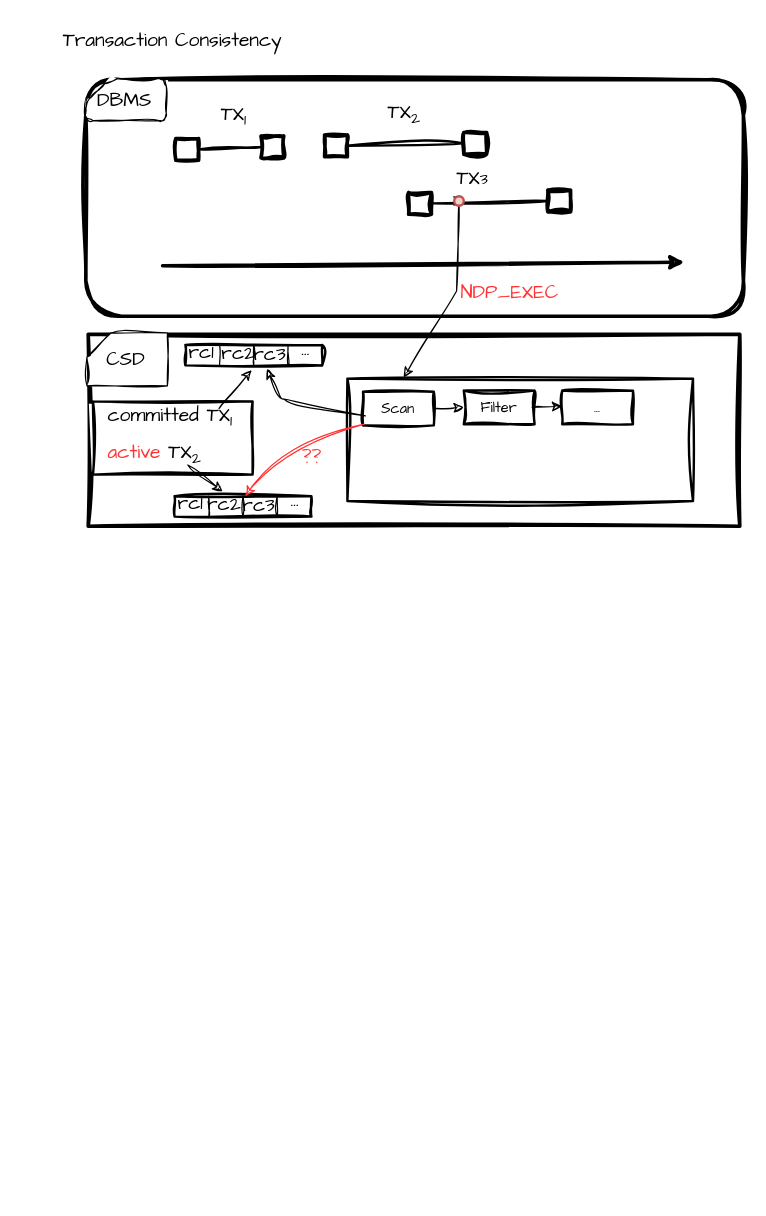
Before: ppt.drawio in juruo-c/DrawIo, a draw.io diagram. Source tidied: cells renumbered, new cells numbered last; positions are measured from the earlier drawing's top-left corner, leaving out a move shared by most shapes. Both pictures are drawn from the tidied source at 120%, with x=0, y=0 at pixel (52, 20).
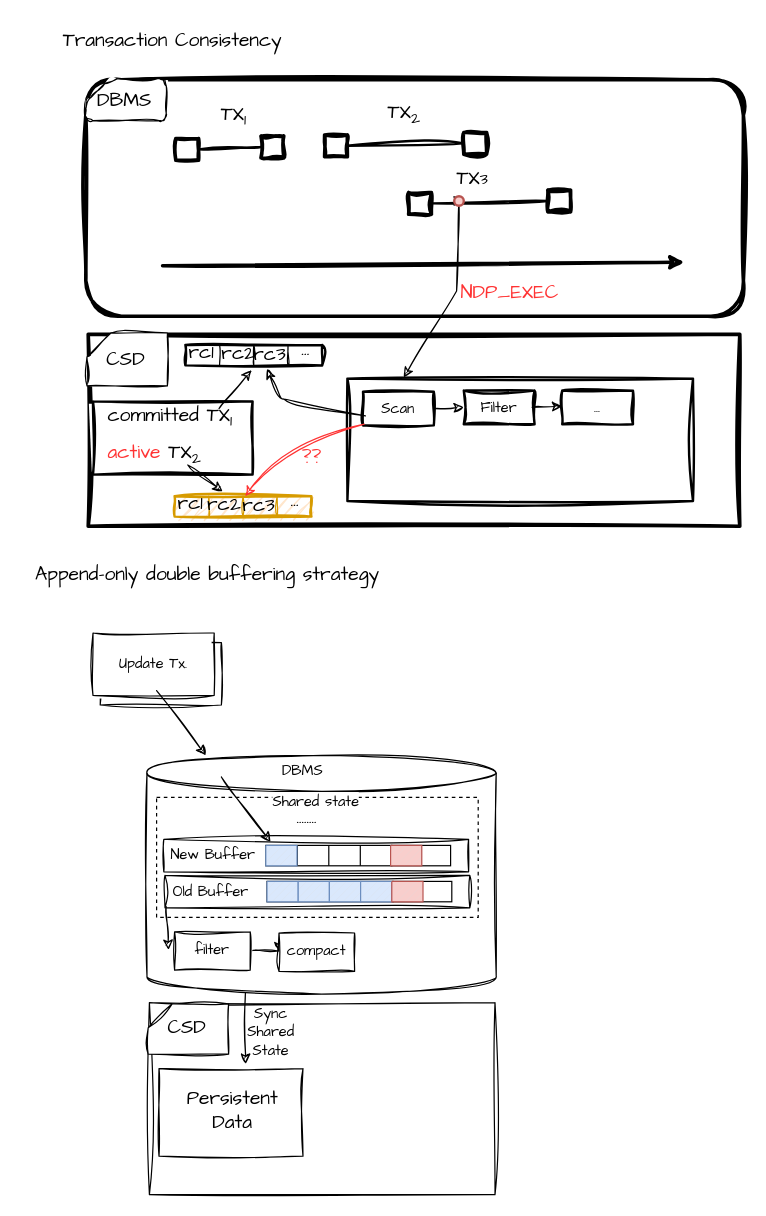
After the change.

Commit message:
23.11.21 buffer strategy

What changed in the source:
```diff
@@
-    <mxCell id="30" style="rounded=0;whiteSpace=wrap;html=1;sketch=1;curveFitting=1;jiggle=2;strokeWidth=2;" parent="1" vertex="1">
+    <mxCell id="30" style="rounded=0;whiteSpace=wrap;html=1;sketch=1;curveFitting=1;jiggle=2;strokeWidth=2;fillColor=#ffe6cc;strokeColor=#d79b00;" parent="1" vertex="1">
       <mxGeometry x="102" y="396" width="114" height="17" as="geometry" />
     </mxCell>
-    <mxCell id="31" style="endArrow=none;html=1;rounded=0;entryX=0.25;entryY=0;entryDx=0;entryDy=0;exitX=0.25;exitY=1;exitDx=0;exitDy=0;sketch=1;curveFitting=1;jiggle=2;" parent="1" edge="1" source="30" target="30">
+    <mxCell id="31" style="endArrow=none;html=1;rounded=0;entryX=0.25;entryY=0;entryDx=0;entryDy=0;exitX=0.25;exitY=1;exitDx=0;exitDy=0;sketch=1;curveFitting=1;jiggle=2;fillColor=#ffe6cc;strokeColor=#d79b00;" parent="1" edge="1" source="30" target="30">
       <mxGeometry relative="1" as="geometry" />
     </mxCell>
-    <mxCell id="32" style="endArrow=none;html=1;rounded=0;entryX=0.5;entryY=0;entryDx=0;entryDy=0;exitX=0.5;exitY=1;exitDx=0;exitDy=0;sketch=1;curveFitting=1;jiggle=2;" parent="1" edge="1" source="30" target="30">
+    <mxCell id="32" style="endArrow=none;html=1;rounded=0;entryX=0.5;entryY=0;entryDx=0;entryDy=0;exitX=0.5;exitY=1;exitDx=0;exitDy=0;sketch=1;curveFitting=1;jiggle=2;fillColor=#ffe6cc;strokeColor=#d79b00;" parent="1" edge="1" source="30" target="30">
       <mxGeometry relative="1" as="geometry" />
     </mxCell>
-    <mxCell id="33" style="endArrow=none;html=1;rounded=0;entryX=0.75;entryY=0;entryDx=0;entryDy=0;exitX=0.75;exitY=1;exitDx=0;exitDy=0;sketch=1;curveFitting=1;jiggle=2;shadow=0;" parent="1" edge="1" source="30" target="30">
+    <mxCell id="33" style="endArrow=none;html=1;rounded=0;entryX=0.75;entryY=0;entryDx=0;entryDy=0;exitX=0.75;exitY=1;exitDx=0;exitDy=0;sketch=1;curveFitting=1;jiggle=2;shadow=0;fillColor=#ffe6cc;strokeColor=#d79b00;" parent="1" edge="1" source="30" target="30">
       <mxGeometry relative="1" as="geometry" />
     </mxCell>
@@
+    <mxCell id="56" value="&lt;div style=&quot;&quot;&gt;&lt;font style=&quot;font-size: 16px;&quot; color=&quot;#000000&quot;&gt;Append-only double buffering strategy&lt;/font&gt;&lt;/div&gt;" style="text;html=1;align=center;verticalAlign=middle;strokeColor=none;fillColor=none;fontFamily=Comic Sans MS;fontColor=#FF3333;" parent="1" vertex="1">
+      <mxGeometry x="-26" y="445" width="309" height="31" as="geometry" />
+    </mxCell>
+    <mxCell id="57" style="rounded=0;whiteSpace=wrap;html=1;sketch=1;curveFitting=1;jiggle=2;" parent="1" vertex="1">
+      <mxGeometry x="40" y="518" width="101" height="52" as="geometry" />
+    </mxCell>
+    <mxCell id="58" value="&lt;font face=&quot;Comic Sans MS&quot;&gt;Update Tx.&lt;/font&gt;" style="rounded=0;whiteSpace=wrap;html=1;sketch=1;curveFitting=1;jiggle=2;" parent="1" vertex="1">
+      <mxGeometry x="34" y="510" width="101" height="52" as="geometry" />
+    </mxCell>
+    <mxCell id="59" style="endArrow=classic;html=1;rounded=0;sketch=1;curveFitting=1;jiggle=2;" parent="1" edge="1">
+      <mxGeometry relative="1" as="geometry">
+        <mxPoint x="87" y="558" as="sourcePoint" />
+        <mxPoint x="128" y="612" as="targetPoint" />
+      </mxGeometry>
+    </mxCell>
+    <mxCell id="60" style="shape=cylinder3;whiteSpace=wrap;html=1;boundedLbl=1;backgroundOutline=1;size=15;sketch=1;curveFitting=1;jiggle=2;strokeWidth=1;" parent="1" vertex="1">
+      <mxGeometry x="79" y="612" width="291" height="199" as="geometry" />
+    </mxCell>
+    <mxCell id="61" value="&lt;span style=&quot;color: rgb(0, 0, 0); font-family: &amp;quot;Comic Sans MS&amp;quot;; font-size: 12px; font-style: normal; font-variant-ligatures: normal; font-variant-caps: normal; font-weight: 400; letter-spacing: normal; orphans: 2; text-align: center; text-indent: 0px; text-transform: none; widows: 2; word-spacing: 0px; -webkit-text-stroke-width: 0px; background-color: rgb(255, 255, 255); text-decoration-thickness: initial; text-decoration-style: initial; text-decoration-color: initial; float: none; display: inline !important;&quot;&gt;DBMS&lt;/span&gt;" style="text;whiteSpace=wrap;html=1;strokeWidth=1;" parent="1" vertex="1">
+      <mxGeometry x="190" y="611" width="41" height="37" as="geometry" />
+    </mxCell>
+    <mxCell id="62" style="rounded=0;whiteSpace=wrap;html=1;dashed=1;strokeWidth=1;" parent="1" vertex="1">
+      <mxGeometry x="87" y="647" width="268" height="100" as="geometry" />
+    </mxCell>
+    <mxCell id="63" style="rounded=0;whiteSpace=wrap;html=1;sketch=1;curveFitting=1;jiggle=2;strokeWidth=1;" parent="1" vertex="1">
+      <mxGeometry x="94" y="712" width="254" height="27" as="geometry" />
+    </mxCell>
+    <mxCell id="64" value="&lt;span style=&quot;color: rgb(0, 0, 0); font-family: &amp;quot;Comic Sans MS&amp;quot;; font-size: 12px; font-style: normal; font-variant-ligatures: normal; font-variant-caps: normal; font-weight: 400; letter-spacing: normal; orphans: 2; text-align: center; text-indent: 0px; text-transform: none; widows: 2; word-spacing: 0px; -webkit-text-stroke-width: 0px; background-color: rgb(255, 255, 255); text-decoration-thickness: initial; text-decoration-style: initial; text-decoration-color: initial; float: none; display: inline !important;&quot;&gt;Shared state&lt;/span&gt;" style="text;whiteSpace=wrap;html=1;strokeWidth=1;" parent="1" vertex="1">
+      <mxGeometry x="182" y="637" width="80" height="13" as="geometry" />
+    </mxCell>
+    <mxCell id="65" value="&lt;span style=&quot;color: rgb(0, 0, 0); font-family: &amp;quot;Comic Sans MS&amp;quot;; font-style: normal; font-variant-ligatures: normal; font-variant-caps: normal; font-weight: 400; letter-spacing: normal; orphans: 2; text-align: center; text-indent: 0px; text-transform: none; widows: 2; word-spacing: 0px; -webkit-text-stroke-width: 0px; background-color: rgb(255, 255, 255); text-decoration-thickness: initial; text-decoration-style: initial; text-decoration-color: initial; float: none; display: inline !important;&quot;&gt;&lt;font style=&quot;font-size: 15px;&quot;&gt;........&lt;/font&gt;&lt;/span&gt;" style="text;whiteSpace=wrap;html=1;strokeWidth=1;" parent="1" vertex="1">
+      <mxGeometry x="202" y="649" width="30" height="29" as="geometry" />
+    </mxCell>
+    <mxCell id="66" style="rounded=0;whiteSpace=wrap;html=1;sketch=1;curveFitting=1;jiggle=2;strokeWidth=1;" parent="1" vertex="1">
+      <mxGeometry x="93" y="682" width="254" height="27" as="geometry" />
+    </mxCell>
+    <mxCell id="67" value="&lt;span style=&quot;color: rgb(0, 0, 0); font-family: &amp;quot;Comic Sans MS&amp;quot;; font-size: 12px; font-style: normal; font-variant-ligatures: normal; font-variant-caps: normal; font-weight: 400; letter-spacing: normal; orphans: 2; text-align: center; text-indent: 0px; text-transform: none; widows: 2; word-spacing: 0px; -webkit-text-stroke-width: 0px; background-color: rgb(255, 255, 255); text-decoration-thickness: initial; text-decoration-style: initial; text-decoration-color: initial; float: none; display: inline !important;&quot;&gt;Old Buffer&lt;/span&gt;" style="text;whiteSpace=wrap;html=1;strokeWidth=1;" parent="1" vertex="1">
+      <mxGeometry x="99" y="712" width="68" height="25" as="geometry" />
+    </mxCell>
+    <mxCell id="68" style="rounded=0;whiteSpace=wrap;html=1;strokeWidth=1;" parent="1" vertex="1">
+      <mxGeometry x="179" y="717" width="105" height="17" as="geometry" />
+    </mxCell>
+    <mxCell id="69" style="endArrow=none;html=1;rounded=0;entryX=0.25;entryY=0;entryDx=0;entryDy=0;exitX=0.25;exitY=1;exitDx=0;exitDy=0;" parent="1" edge="1" source="68" target="68">
+      <mxGeometry relative="1" as="geometry" />
+    </mxCell>
+    <mxCell id="70" style="endArrow=none;html=1;rounded=0;entryX=0.5;entryY=0;entryDx=0;entryDy=0;exitX=0.5;exitY=1;exitDx=0;exitDy=0;" parent="1" edge="1" source="68" target="68">
+      <mxGeometry relative="1" as="geometry" />
+    </mxCell>
+    <mxCell id="71" style="endArrow=none;html=1;rounded=0;entryX=0.75;entryY=0;entryDx=0;entryDy=0;exitX=0.75;exitY=1;exitDx=0;exitDy=0;" parent="1" edge="1" source="68" target="68">
+      <mxGeometry relative="1" as="geometry" />
+    </mxCell>
+    <mxCell id="72" style="rounded=0;whiteSpace=wrap;html=1;strokeWidth=1;" parent="1" vertex="1">
+      <mxGeometry x="284" y="717" width="49" height="17" as="geometry" />
+    </mxCell>
+    <mxCell id="73" style="endArrow=none;html=1;rounded=0;entryX=0.5;entryY=0;entryDx=0;entryDy=0;exitX=0.5;exitY=1;exitDx=0;exitDy=0;" parent="1" edge="1" source="72" target="72">
+      <mxGeometry relative="1" as="geometry" />
+    </mxCell>
+    <mxCell id="74" style="verticalLabelPosition=bottom;verticalAlign=top;html=1;shape=mxgraph.basic.patternFillRect;fillStyle=diag;step=5;fillStrokeWidth=0.2;fillStrokeColor=#dddddd;fillColor=#dae8fc;strokeColor=#6c8ebf;" parent="1" vertex="1">
+      <mxGeometry x="179" y="717" width="26" height="17" as="geometry" />
+    </mxCell>
+    <mxCell id="75" style="verticalLabelPosition=bottom;verticalAlign=top;html=1;shape=mxgraph.basic.patternFillRect;fillStyle=diag;step=5;fillStrokeWidth=0.2;fillStrokeColor=#dddddd;fillColor=#dae8fc;strokeColor=#6c8ebf;" parent="1" vertex="1">
+      <mxGeometry x="205" y="717" width="26" height="17" as="geometry" />
+    </mxCell>
+    <mxCell id="76" style="verticalLabelPosition=bottom;verticalAlign=top;html=1;shape=mxgraph.basic.patternFillRect;fillStyle=diag;step=5;fillStrokeWidth=0.2;fillStrokeColor=#dddddd;fillColor=#dae8fc;strokeColor=#6c8ebf;" parent="1" vertex="1">
+      <mxGeometry x="231" y="717" width="26" height="17" as="geometry" />
+    </mxCell>
+    <mxCell id="77" style="verticalLabelPosition=bottom;verticalAlign=top;html=1;shape=mxgraph.basic.patternFillRect;fillStyle=diag;step=5;fillStrokeWidth=0.2;fillStrokeColor=#dddddd;fillColor=#dae8fc;strokeColor=#6c8ebf;" parent="1" vertex="1">
+      <mxGeometry x="257" y="717" width="26" height="17" as="geometry" />
+    </mxCell>
+    <mxCell id="78" style="verticalLabelPosition=bottom;verticalAlign=top;html=1;shape=mxgraph.basic.patternFillRect;fillStyle=diag;step=5;fillStrokeWidth=0.2;fillStrokeColor=#dddddd;fillColor=#f8cecc;strokeColor=#b85450;" parent="1" vertex="1">
+      <mxGeometry x="283" y="717" width="26" height="17" as="geometry" />
+    </mxCell>
+    <mxCell id="79" value="&lt;span style=&quot;color: rgb(0, 0, 0); font-family: &amp;quot;Comic Sans MS&amp;quot;; font-size: 12px; font-style: normal; font-variant-ligatures: normal; font-variant-caps: normal; font-weight: 400; letter-spacing: normal; orphans: 2; text-align: center; text-indent: 0px; text-transform: none; widows: 2; word-spacing: 0px; -webkit-text-stroke-width: 0px; background-color: rgb(255, 255, 255); text-decoration-thickness: initial; text-decoration-style: initial; text-decoration-color: initial; float: none; display: inline !important;&quot;&gt;New Buffer&lt;/span&gt;" style="text;whiteSpace=wrap;html=1;strokeWidth=1;" parent="1" vertex="1">
+      <mxGeometry x="97" y="681" width="73" height="25" as="geometry" />
+    </mxCell>
+    <mxCell id="80" style="rounded=0;whiteSpace=wrap;html=1;strokeWidth=1;" parent="1" vertex="1">
+      <mxGeometry x="178" y="687" width="105" height="17" as="geometry" />
+    </mxCell>
+    <mxCell id="81" style="endArrow=none;html=1;rounded=0;entryX=0.25;entryY=0;entryDx=0;entryDy=0;exitX=0.25;exitY=1;exitDx=0;exitDy=0;" parent="1" edge="1" source="80" target="80">
+      <mxGeometry relative="1" as="geometry" />
+    </mxCell>
+    <mxCell id="82" style="endArrow=none;html=1;rounded=0;entryX=0.5;entryY=0;entryDx=0;entryDy=0;exitX=0.5;exitY=1;exitDx=0;exitDy=0;" parent="1" edge="1" source="80" target="80">
+      <mxGeometry relative="1" as="geometry" />
+    </mxCell>
+    <mxCell id="83" style="endArrow=none;html=1;rounded=0;entryX=0.75;entryY=0;entryDx=0;entryDy=0;exitX=0.75;exitY=1;exitDx=0;exitDy=0;" parent="1" edge="1" source="80" target="80">
+      <mxGeometry relative="1" as="geometry" />
+    </mxCell>
+    <mxCell id="84" style="rounded=0;whiteSpace=wrap;html=1;strokeWidth=1;" parent="1" vertex="1">
+      <mxGeometry x="283" y="687" width="49" height="17" as="geometry" />
+    </mxCell>
+    <mxCell id="85" style="endArrow=none;html=1;rounded=0;entryX=0.5;entryY=0;entryDx=0;entryDy=0;exitX=0.5;exitY=1;exitDx=0;exitDy=0;" parent="1" edge="1" source="84" target="84">
+      <mxGeometry relative="1" as="geometry" />
+    </mxCell>
+    <mxCell id="86" style="verticalLabelPosition=bottom;verticalAlign=top;html=1;shape=mxgraph.basic.patternFillRect;fillStyle=diag;step=5;fillStrokeWidth=0.2;fillStrokeColor=#dddddd;fillColor=#dae8fc;strokeColor=#6c8ebf;" parent="1" vertex="1">
+      <mxGeometry x="178" y="687" width="26" height="17" as="geometry" />
+    </mxCell>
+    <mxCell id="87" style="verticalLabelPosition=bottom;verticalAlign=top;html=1;shape=mxgraph.basic.patternFillRect;fillStyle=diag;step=5;fillStrokeWidth=0.2;fillStrokeColor=#dddddd;fillColor=#f8cecc;strokeColor=#b85450;" parent="1" vertex="1">
+      <mxGeometry x="282" y="687" width="26" height="17" as="geometry" />
+    </mxCell>
+    <mxCell id="88" style="endArrow=classic;html=1;rounded=0;sketch=1;curveFitting=1;jiggle=2;" parent="1" edge="1">
+      <mxGeometry relative="1" as="geometry">
+        <mxPoint x="141" y="630" as="sourcePoint" />
+        <mxPoint x="182" y="684" as="targetPoint" />
+      </mxGeometry>
+    </mxCell>
+    <mxCell id="89" style="endArrow=classic;html=1;rounded=0;sketch=1;curveFitting=1;jiggle=2;" parent="1" edge="1">
+      <mxGeometry relative="1" as="geometry">
+        <mxPoint x="95" y="738" as="sourcePoint" />
+        <mxPoint x="97" y="774" as="targetPoint" />
+      </mxGeometry>
+    </mxCell>
+    <mxCell id="90" style="rounded=0;whiteSpace=wrap;html=1;sketch=1;curveFitting=1;jiggle=2;strokeWidth=1;" parent="1" vertex="1">
+      <mxGeometry x="81" y="818" width="288" height="160" as="geometry" />
+    </mxCell>
+    <mxCell id="91" style="verticalLabelPosition=bottom;verticalAlign=top;html=1;shape=card;whiteSpace=wrap;size=20;arcSize=12;sketch=1;curveFitting=1;jiggle=2;strokeWidth=1;" parent="1" vertex="1">
+      <mxGeometry x="80" y="819" width="67" height="42" as="geometry" />
+    </mxCell>
+    <mxCell id="92" value="&lt;span style=&quot;font-size: 16px;&quot;&gt;CSD&lt;/span&gt;" style="text;html=1;align=center;verticalAlign=middle;strokeColor=none;fillColor=none;fontFamily=Comic Sans MS;strokeWidth=1;" parent="1" vertex="1">
+      <mxGeometry x="87" y="823" width="50" height="31" as="geometry" />
+    </mxCell>
+    <mxCell id="93" style="rounded=0;whiteSpace=wrap;html=1;sketch=1;curveFitting=1;jiggle=2;strokeWidth=1;" parent="1" vertex="1">
+      <mxGeometry x="89" y="873" width="120" height="73" as="geometry" />
+    </mxCell>
+    <mxCell id="94" value="&lt;span style=&quot;font-size: 16px;&quot;&gt;Persistent&lt;br&gt;Data&lt;br&gt;&lt;/span&gt;" style="text;html=1;align=center;verticalAlign=middle;strokeColor=none;fillColor=none;fontFamily=Comic Sans MS;strokeWidth=1;" parent="1" vertex="1">
+      <mxGeometry x="102" y="883" width="95" height="50" as="geometry" />
+    </mxCell>
+    <mxCell id="95" style="endArrow=classic;html=1;rounded=0;sketch=1;curveFitting=1;jiggle=2;entryX=0.602;entryY=-0.053;entryDx=0;entryDy=0;entryPerimeter=0;" parent="1" edge="1" target="93">
+      <mxGeometry relative="1" as="geometry">
+        <mxPoint x="161" y="810" as="sourcePoint" />
+      </mxGeometry>
+    </mxCell>
+    <mxCell id="96" value="&lt;div style=&quot;text-align: center;&quot;&gt;&lt;span style=&quot;background-color: initial;&quot;&gt;&lt;font face=&quot;Comic Sans MS&quot;&gt;Sync&lt;/font&gt;&lt;/span&gt;&lt;/div&gt;&lt;div style=&quot;text-align: center;&quot;&gt;&lt;span style=&quot;background-color: initial;&quot;&gt;&lt;font face=&quot;Comic Sans MS&quot;&gt;Shared&lt;/font&gt;&lt;/span&gt;&lt;/div&gt;&lt;div style=&quot;text-align: center;&quot;&gt;&lt;span style=&quot;background-color: initial;&quot;&gt;&lt;font face=&quot;Comic Sans MS&quot;&gt;State&lt;/font&gt;&lt;/span&gt;&lt;/div&gt;" style="text;whiteSpace=wrap;html=1;strokeWidth=1;" parent="1" vertex="1">
+      <mxGeometry x="161" y="813" width="41" height="37" as="geometry" />
+    </mxCell>
+    <mxCell id="97" style="edgeStyle=orthogonalEdgeStyle;rounded=0;jettySize=auto;html=1;exitX=1;exitY=0.5;exitDx=0;exitDy=0;entryX=0;entryY=0.5;entryDx=0;entryDy=0;sketch=1;curveFitting=1;jiggle=2;" parent="1" edge="1" source="98" target="99">
+      <mxGeometry relative="1" as="geometry" />
+    </mxCell>
+    <mxCell id="98" value="filter" style="rounded=0;whiteSpace=wrap;html=1;sketch=1;curveFitting=1;jiggle=2;strokeWidth=1;fontFamily=Comic Sans MS;" parent="1" vertex="1">
+      <mxGeometry x="102" y="759" width="63" height="32" as="geometry" />
+    </mxCell>
+    <mxCell id="99" value="compact" style="rounded=0;whiteSpace=wrap;html=1;sketch=1;curveFitting=1;jiggle=2;strokeWidth=1;fontFamily=Comic Sans MS;" parent="1" vertex="1">
+      <mxGeometry x="189" y="760" width="63" height="32" as="geometry" />
+    </mxCell>
```
